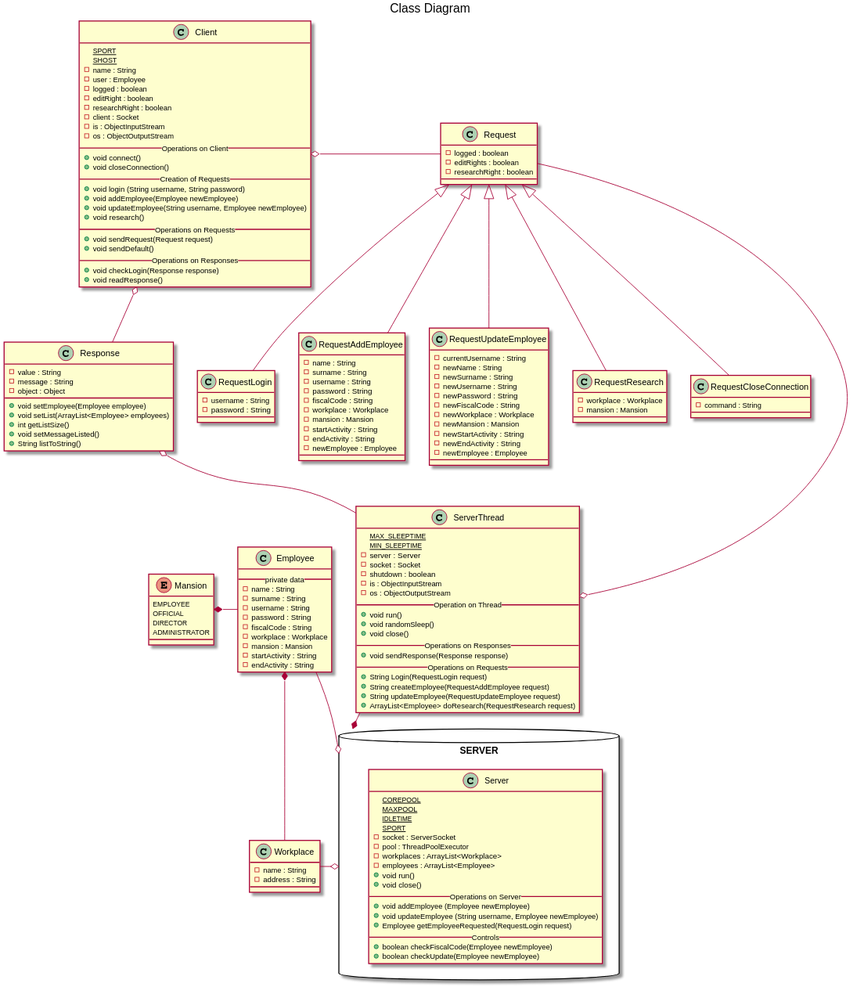
Above: Assegnamento3/src/main/resources/ClassDiagram.svg in danielepelleg/software_engineering (PlantUML), before the change.
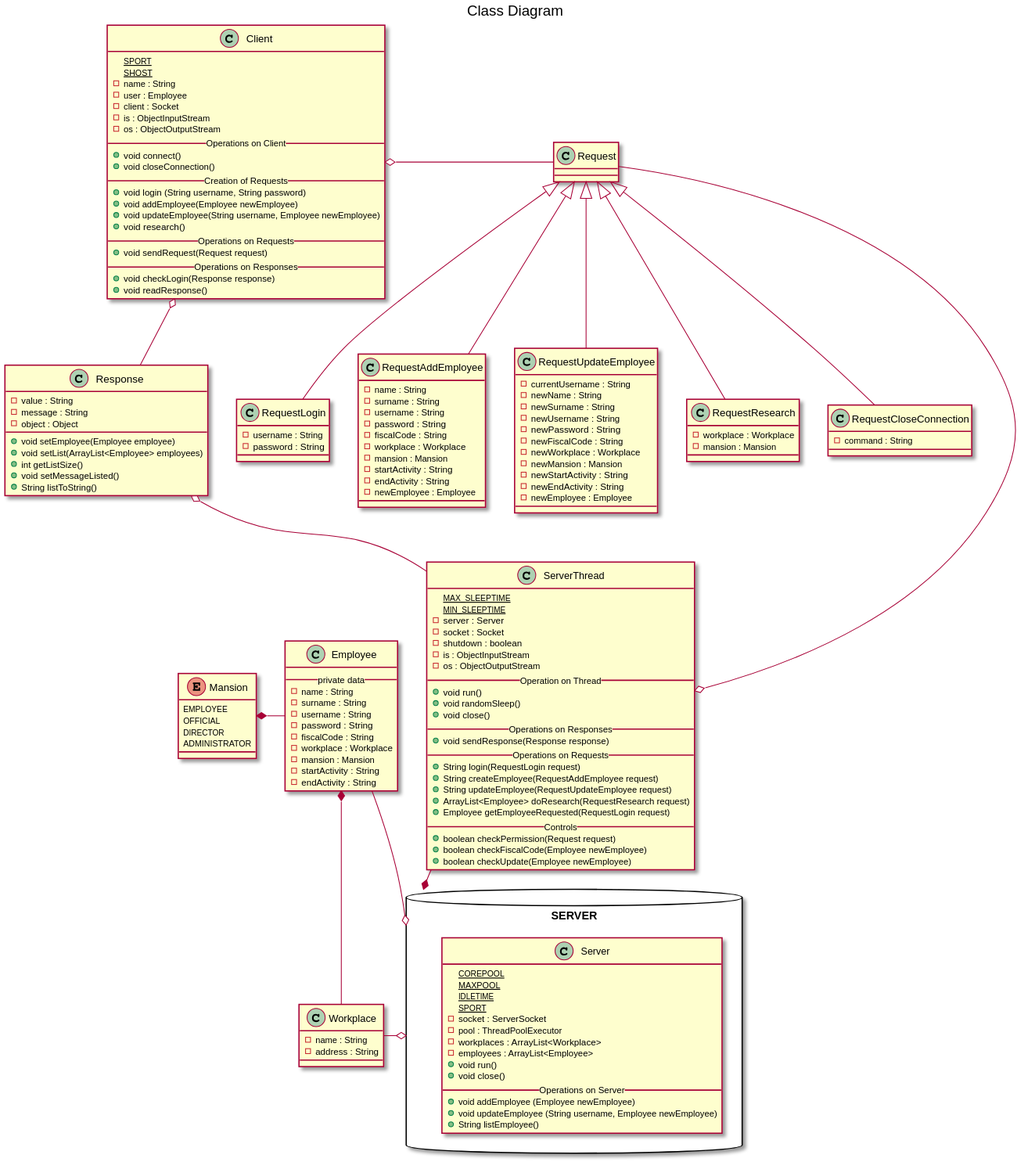
Above is the later version.

Commit message:
Add  AddEmployee(), UpdateEmployee() and Research() on Menu

What changed in the source:
```diff
@@ -18,10 +18,7 @@
     __ Operations on Server __
     +void addEmployee (Employee newEmployee)
     +void updateEmployee (String username, Employee newEmployee)
-    +Employee getEmployeeRequested(RequestLogin request)
-    __ Controls __
-    +boolean checkFiscalCode(Employee newEmployee)
-    +boolean checkUpdate(Employee newEmployee)
+    +String listEmployee()
   }
 }
 
@@ -40,10 +37,15 @@
     __ Operations on Responses __
     +void sendResponse(Response response)
     __ Operations on Requests __
-    +String Login(RequestLogin request)
+    +String login(RequestLogin request)
     +String createEmployee(RequestAddEmployee request)
     +String updateEmployee(RequestUpdateEmployee request)
     +ArrayList<Employee> doResearch(RequestResearch request)
+    +Employee getEmployeeRequested(RequestLogin request)
+    __ Controls __
+    +boolean checkPermission(Request request)
+    +boolean checkFiscalCode(Employee newEmployee)
+    +boolean checkUpdate(Employee newEmployee)
 }
 
 SERVER *-up- ServerThread
@@ -53,9 +55,6 @@
     {static} SHOST
     -name : String
     -user : Employee
-    -logged : boolean
-    -editRight : boolean
-    -researchRight : boolean
     -client : Socket
     -is : ObjectInputStream
     -os : ObjectOutputStream
@@ -64,12 +63,11 @@
     +void closeConnection()
     __ Creation of Requests __
     +void login (String username, String password)
-        +void addEmployee(Employee newEmployee)
-        +void updateEmployee(String username, Employee newEmployee)
-        +void research()
+    +void addEmployee(Employee newEmployee)
+    +void updateEmployee(String username, Employee newEmployee)
+    +void research()
     __ Operations on Requests __
     +void sendRequest(Request request)
-    +void sendDefault()
     __ Operations on Responses __
     +void checkLogin(Response response)
     +void readResponse()
@@ -104,9 +102,6 @@
 }
 
 class Request {
-    -logged : boolean
-    -editRights : boolean
-    -researchRight : boolean
 }
 
 Request -o ServerThread
```
